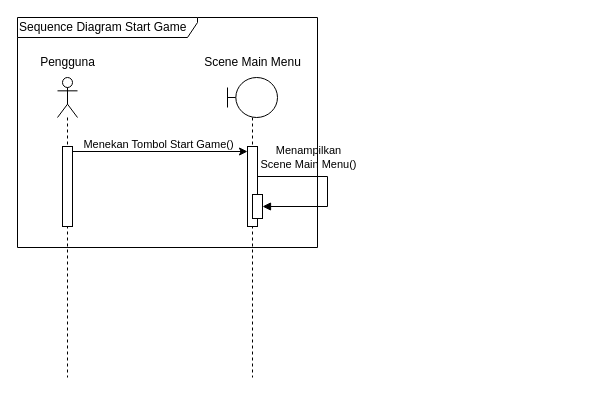
Before: skripsi/skripsi/gambar/BAB III/Sequence Diagram/Sequence Diagram  – Start Game.drawio in hako-975/UNPAM-File, a draw.io diagram. Source tidied: cells renumbered, new cells numbered last; positions are measured from the earlier drawing's top-left corner, leaving out a move shared by most shapes. Both pictures are drawn from the tidied source at 100%, with x=0, y=0 at pixel (17, 17).
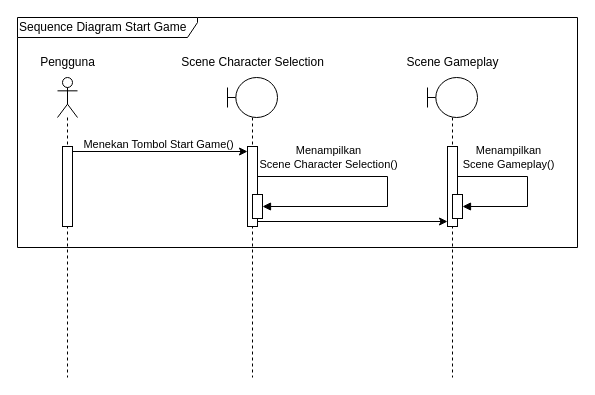
The same page after the edit.

Unchanged cells that the change refers to:
```xml
<mxCell id="5" style="shape=umlLifeline;perimeter=lifelinePerimeter;whiteSpace=wrap;html=1;newEdgeStyle={&quot;curved&quot;:0,&quot;rounded&quot;:0};participant=umlBoundary;" parent="1" vertex="1">
  <mxGeometry x="210" y="60" width="50" height="300" as="geometry" />
</mxCell>
<mxCell id="6" style="html=1;points=[[0,0,0,0,5],[0,1,0,0,-5],[1,0,0,0,5],[1,1,0,0,-5]];perimeter=orthogonalPerimeter;outlineConnect=0;targetShapes=umlLifeline;portConstraint=eastwest;newEdgeStyle={&quot;curved&quot;:0,&quot;rounded&quot;:0};" parent="5" vertex="1">
  <mxGeometry x="20" y="69" width="10" height="80" as="geometry" />
</mxCell>
```

Change to the diagram source:
```diff
@@
-    <mxCell id="8" value="Menampilkan &lt;br&gt;Scene Main Menu()" style="html=1;align=center;spacingLeft=2;endArrow=block;rounded=0;edgeStyle=orthogonalEdgeStyle;curved=0;rounded=0;" parent="5" edge="1">
-      <mxGeometry x="-0.39" y="19" relative="1" as="geometry">
+    <mxCell id="8" value="Menampilkan &lt;br&gt;Scene Character Selection()" style="html=1;align=center;spacingLeft=2;endArrow=block;rounded=0;edgeStyle=orthogonalEdgeStyle;curved=0;rounded=0;" parent="5" edge="1">
+      <mxGeometry x="-0.51" y="19" relative="1" as="geometry">
         <mxPoint x="30" y="99" as="sourcePoint" />
         <mxPoint x="35" y="129" as="targetPoint" />
         <Array as="points">
-          <mxPoint x="100" y="99" />
-          <mxPoint x="100" y="129" />
+          <mxPoint x="160" y="99" />
+          <mxPoint x="160" y="129" />
         </Array>
       </mxGeometry>
     </mxCell>
-    <mxCell id="9" value="&lt;div&gt;Scene Main Menu&lt;/div&gt;" style="text;html=1;align=center;verticalAlign=middle;strokeColor=none;fillColor=none;" parent="1" vertex="1">
-      <mxGeometry x="175" y="30" width="120" height="30" as="geometry" />
+    <mxCell id="9" value="&lt;div&gt;Scene Character Selection&lt;/div&gt;" style="text;html=1;align=center;verticalAlign=middle;strokeColor=none;fillColor=none;" parent="1" vertex="1">
+      <mxGeometry x="150" y="30" width="170" height="30" as="geometry" />
     </mxCell>
@@
     <mxCell id="12" value="Sequence Diagram Start Game" style="shape=umlFrame;whiteSpace=wrap;html=1;width=180;height=20;align=left;" parent="1" vertex="1">
-      <mxGeometry width="300" height="230" as="geometry" />
+      <mxGeometry width="560" height="230" as="geometry" />
     </mxCell>
+    <mxCell id="13" style="shape=umlLifeline;perimeter=lifelinePerimeter;whiteSpace=wrap;html=1;newEdgeStyle={&quot;curved&quot;:0,&quot;rounded&quot;:0};participant=umlBoundary;" parent="1" vertex="1">
+      <mxGeometry x="410" y="60" width="50" height="300" as="geometry" />
+    </mxCell>
+    <mxCell id="14" style="html=1;points=[[0,0,0,0,5],[0,1,0,0,-5],[1,0,0,0,5],[1,1,0,0,-5]];perimeter=orthogonalPerimeter;outlineConnect=0;targetShapes=umlLifeline;portConstraint=eastwest;newEdgeStyle={&quot;curved&quot;:0,&quot;rounded&quot;:0};" parent="13" vertex="1">
+      <mxGeometry x="20" y="69" width="10" height="80" as="geometry" />
+    </mxCell>
+    <mxCell id="15" style="html=1;perimeter=orthogonalPerimeter;targetShapes=umlLifeline;newEdgeStyle={&quot;curved&quot;:0,&quot;rounded&quot;:0};" parent="13" vertex="1">
+      <mxGeometry x="25" y="117" width="10" height="24" as="geometry" />
+    </mxCell>
+    <mxCell id="16" value="Menampilkan &lt;br&gt;Scene Gameplay()" style="html=1;align=center;spacingLeft=2;endArrow=block;rounded=0;edgeStyle=orthogonalEdgeStyle;curved=0;rounded=0;" parent="13" edge="1">
+      <mxGeometry x="-0.39" y="19" relative="1" as="geometry">
+        <mxPoint x="30" y="99" as="sourcePoint" />
+        <mxPoint x="35" y="129" as="targetPoint" />
+        <Array as="points">
+          <mxPoint x="100" y="99" />
+          <mxPoint x="100" y="129" />
+        </Array>
+      </mxGeometry>
+    </mxCell>
+    <mxCell id="17" value="&lt;div&gt;Scene Gameplay&lt;/div&gt;" style="text;html=1;align=center;verticalAlign=middle;strokeColor=none;fillColor=none;" parent="1" vertex="1">
+      <mxGeometry x="375" y="30" width="120" height="30" as="geometry" />
+    </mxCell>
+    <mxCell id="18" style="edgeStyle=orthogonalEdgeStyle;rounded=0;jettySize=auto;html=1;curved=0;exitX=1;exitY=1;exitDx=0;exitDy=-5;exitPerimeter=0;entryX=0;entryY=1;entryDx=0;entryDy=-5;entryPerimeter=0;" parent="1" edge="1" source="6" target="14">
+      <mxGeometry relative="1" as="geometry" />
+    </mxCell>
```
